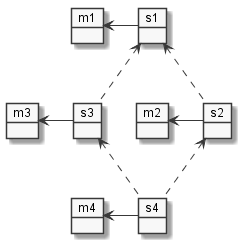
This is documentation/protocol/img/atom-message-container-fork.png from researchstudio-sat/webofneeds, a PlantUML export, as it was before one commit.
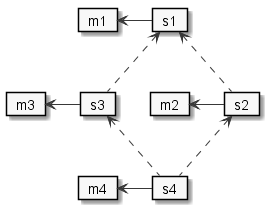
The same file after the commit.

The edit, as a diff of the source:
```diff
@@ -5,17 +5,17 @@
 hide attributes
 
 
-object "m1"  as m1
-object "s1"  as s1
+card "m1"  as m1
+card "s1"  as s1
 
-object "m2"  as m2
-object "s2" as s2
+card "m2"  as m2
+card "s2" as s2
 
-object "m3"  as m3
-object "s3" as s3
+card "m3"  as m3
+card "s3" as s3
 
-object "m4"  as m4
-object "s4" as s4
+card "m4"  as m4
+card "s4" as s4
 
 
 s1 ---left--->   m1
```
